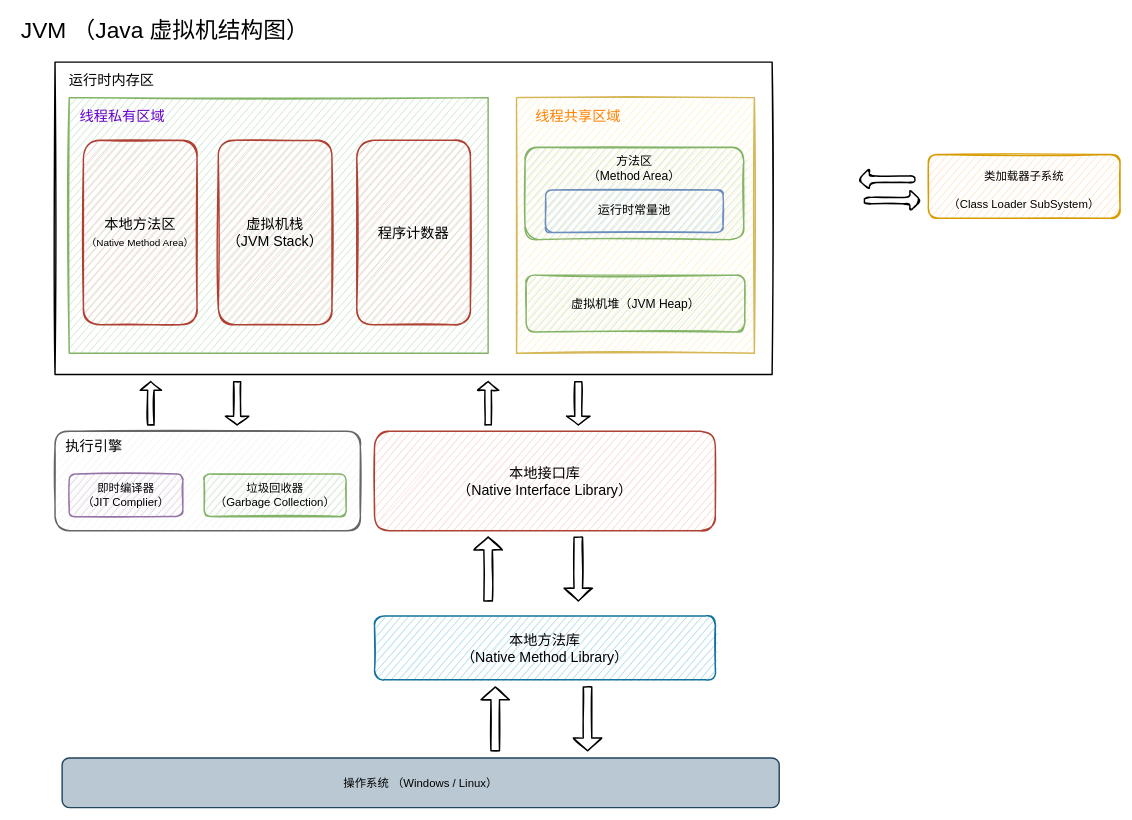
Above: page "JVM 整体结构图" (1 of 2) of resources/attachments/JVM/JVM.drawio in MooNkirA/code-learning-note (draw.io), before the change. Source tidied: cells renumbered, new cells numbered last; positions are measured from the earlier drawing's top-left corner, leaving out a move shared by most shapes. Both pictures are drawn from the tidied source at 71%, with x=0, y=0 at pixel (12, 12).
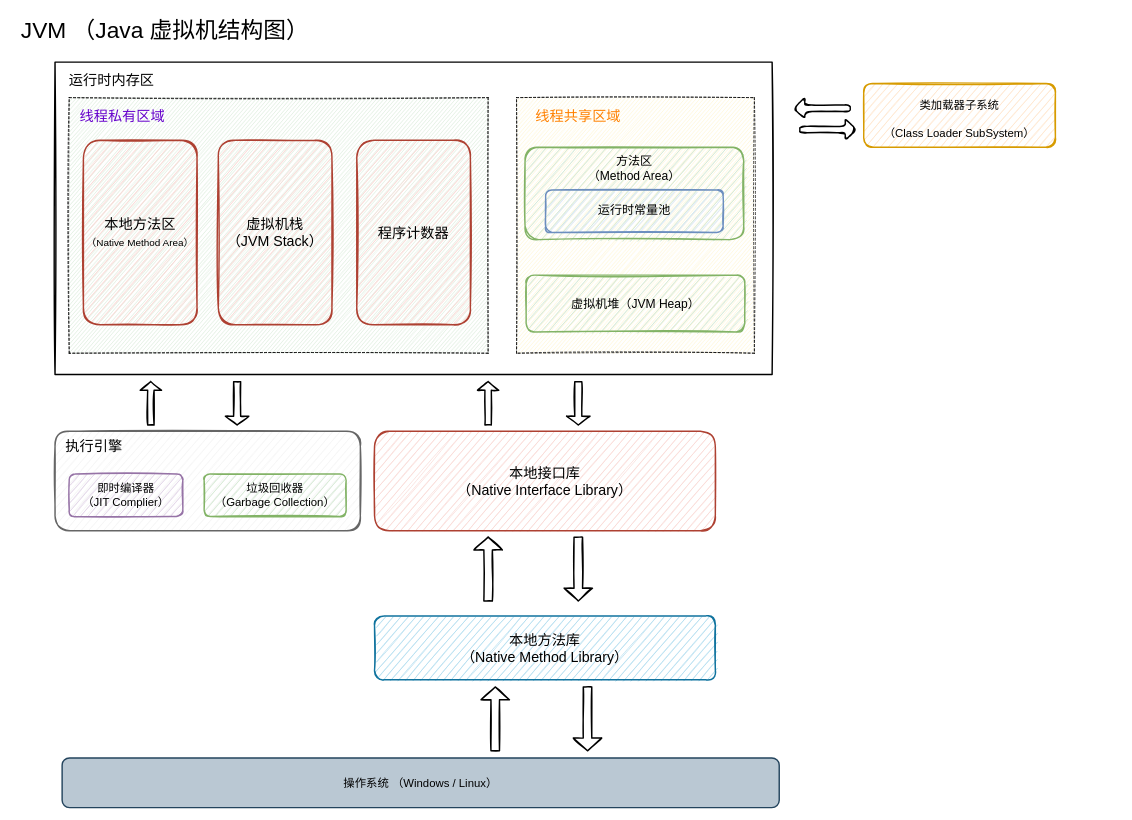
After the change.

Commit message (it also covers changes not shown here):
update: 更新JVM结构图、其他笔记小调整

The edit, as a diff of the source:
```diff
@@
     <mxCell id="4" value="&lt;font style=&quot;font-size: 16px;&quot;&gt;类加载器子系统&lt;br&gt;（Class Loader SubSystem）&lt;br&gt;&lt;/font&gt;" style="rounded=1;whiteSpace=wrap;html=1;fontSize=32;sketch=1;fillColor=#ffe6cc;strokeColor=#d79b00;strokeWidth=2;shadow=0;glass=0;" parent="1" vertex="1">
-      <mxGeometry x="1290" y="200" width="270" height="90" as="geometry" />
+      <mxGeometry x="1199" y="100" width="270" height="90" as="geometry" />
     </mxCell>
     <mxCell id="5" style="shape=singleArrow;direction=west;whiteSpace=wrap;html=1;rounded=1;shadow=0;glass=0;sketch=1;strokeWidth=2;fontSize=16;" parent="1" vertex="1">
-      <mxGeometry x="1191" y="220" width="80" height="30" as="geometry" />
+      <mxGeometry x="1100" y="120" width="80" height="30" as="geometry" />
     </mxCell>
     <mxCell id="6" style="shape=singleArrow;whiteSpace=wrap;html=1;rounded=1;shadow=0;glass=0;sketch=1;strokeWidth=2;fontSize=16;" parent="1" vertex="1">
-      <mxGeometry x="1200" y="250" width="80" height="30" as="geometry" />
+      <mxGeometry x="1109" y="150" width="80" height="30" as="geometry" />
     </mxCell>
@@
-    <mxCell id="23" style="rounded=0;whiteSpace=wrap;html=1;shadow=0;glass=0;sketch=1;strokeWidth=2;fontSize=20;fillColor=#fff2cc;strokeColor=#d6b656;" parent="1" vertex="1">
+    <mxCell id="23" style="rounded=0;whiteSpace=wrap;html=1;shadow=0;glass=0;sketch=1;strokeWidth=1;fontSize=20;fillColor=#fff2cc;strokeColor=default;dashed=1;" parent="1" vertex="1">
       <mxGeometry x="710" y="120" width="335" height="360" as="geometry" />
     </mxCell>
-    <mxCell id="24" style="rounded=0;whiteSpace=wrap;html=1;shadow=0;glass=0;sketch=1;strokeWidth=2;fontSize=20;fillColor=#d5e8d4;strokeColor=#82b366;" parent="1" vertex="1">
+    <mxCell id="24" style="rounded=0;whiteSpace=wrap;html=1;shadow=0;glass=0;sketch=1;strokeWidth=1;fontSize=20;fillColor=#d5e8d4;strokeColor=default;dashed=1;" parent="1" vertex="1">
       <mxGeometry x="80" y="120" width="590" height="360" as="geometry" />
     </mxCell>
```
